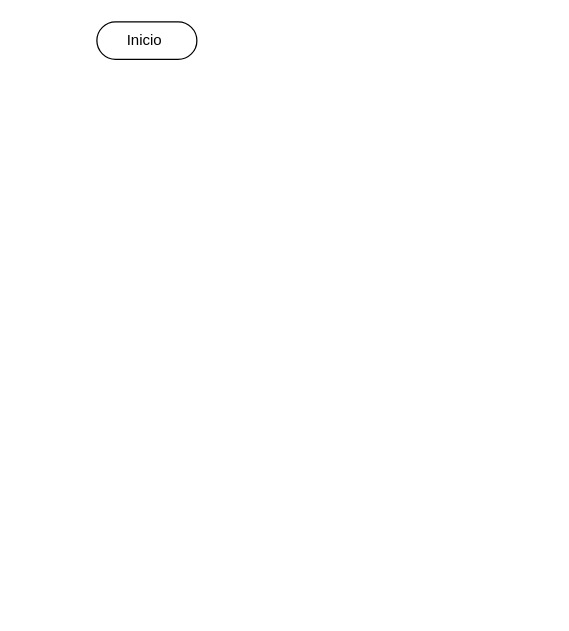
Before: FluxoAcad.drawio in NEVES070305/gymSchedule, a draw.io diagram. Source tidied: cells renumbered, new cells numbered last; positions are measured from the earlier drawing's top-left corner, leaving out a move shared by most shapes. Both pictures are drawn from the tidied source at 125%, with x=0, y=0 at pixel (96, 21).
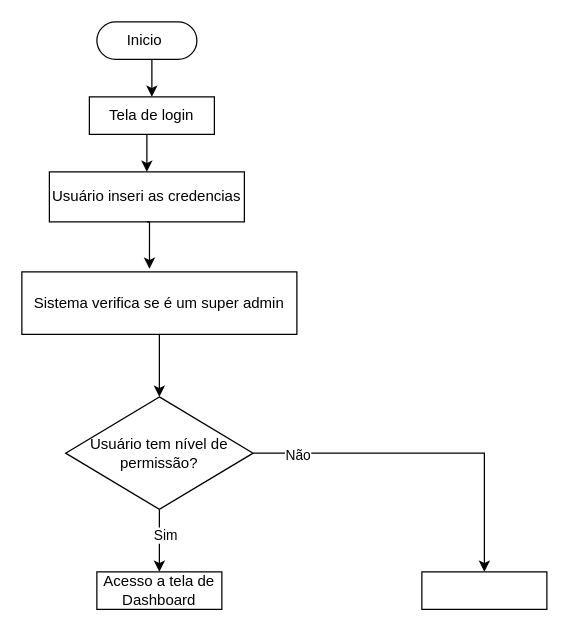
The same page after the edit.

What changed in the source:
```diff
@@
 <mxGraphModel>
   <root>
     <mxCell id="0" />
     <mxCell id="1" parent="0" />
+    <mxCell id="3" style="edgeStyle=orthogonalEdgeStyle;rounded=0;jettySize=auto;html=1;exitX=0.5;exitY=0.5;exitDx=0;exitDy=15;exitPerimeter=0;entryX=0.5;entryY=0;entryDx=0;entryDy=0;" parent="1" edge="1" source="2" target="5">
+      <mxGeometry relative="1" as="geometry" />
+    </mxCell>
     <mxCell id="2" value="Inicio&amp;nbsp;" style="html=1;dashed=0;whiteSpace=wrap;shape=mxgraph.dfd.start;" parent="1" vertex="1">
       <mxGeometry width="80" height="30" as="geometry" />
     </mxCell>
+    <mxCell id="4" style="edgeStyle=orthogonalEdgeStyle;rounded=0;jettySize=auto;html=1;exitX=0.5;exitY=1;exitDx=0;exitDy=0;entryX=0.5;entryY=0;entryDx=0;entryDy=0;" parent="1" edge="1" source="5" target="6">
+      <mxGeometry relative="1" as="geometry" />
+    </mxCell>
+    <mxCell id="5" value="Tela de login" style="html=1;dashed=0;whiteSpace=wrap;" parent="1" vertex="1">
+      <mxGeometry x="-6" y="60" width="100" height="30" as="geometry" />
+    </mxCell>
+    <mxCell id="6" value="Usuário inseri as credencias" style="html=1;dashed=0;whiteSpace=wrap;" parent="1" vertex="1">
+      <mxGeometry x="-38" y="120" width="156" height="40" as="geometry" />
+    </mxCell>
+    <mxCell id="7" style="edgeStyle=orthogonalEdgeStyle;rounded=0;jettySize=auto;html=1;exitX=0.5;exitY=1;exitDx=0;exitDy=0;entryX=0.5;entryY=0;entryDx=0;entryDy=0;" parent="1" edge="1" source="8" target="13">
+      <mxGeometry relative="1" as="geometry" />
+    </mxCell>
+    <mxCell id="8" value="Sistema verifica se é um super admin" style="html=1;dashed=0;whiteSpace=wrap;" parent="1" vertex="1">
+      <mxGeometry x="-60" y="200" width="220" height="50" as="geometry" />
+    </mxCell>
+    <mxCell id="9" style="edgeStyle=orthogonalEdgeStyle;rounded=0;jettySize=auto;html=1;entryX=0.5;entryY=0;entryDx=0;entryDy=0;" parent="1" edge="1" source="13" target="16">
+      <mxGeometry relative="1" as="geometry" />
+    </mxCell>
+    <mxCell id="10" value="Não" style="edgeLabel;html=1;align=center;verticalAlign=middle;" parent="9" vertex="1">
+      <mxGeometry x="-0.75" y="-1" relative="1" as="geometry" />
+    </mxCell>
+    <mxCell id="11" style="edgeStyle=orthogonalEdgeStyle;rounded=0;jettySize=auto;html=1;exitX=0.5;exitY=1;exitDx=0;exitDy=0;" parent="1" edge="1" source="13" target="15">
+      <mxGeometry relative="1" as="geometry" />
+    </mxCell>
+    <mxCell id="12" value="Sim" style="edgeLabel;html=1;align=center;verticalAlign=middle;" parent="11" vertex="1">
+      <mxGeometry x="-0.2" y="4" relative="1" as="geometry" />
+    </mxCell>
+    <mxCell id="13" value="Usuário tem nível de permissão?" style="shape=rhombus;html=1;dashed=0;whiteSpace=wrap;perimeter=rhombusPerimeter;" parent="1" vertex="1">
+      <mxGeometry x="-25" y="300" width="150" height="90" as="geometry" />
+    </mxCell>
+    <mxCell id="14" style="edgeStyle=orthogonalEdgeStyle;rounded=0;jettySize=auto;html=1;exitX=0.5;exitY=1;exitDx=0;exitDy=0;entryX=0.464;entryY=-0.05;entryDx=0;entryDy=0;entryPerimeter=0;" parent="1" edge="1" source="6" target="8">
+      <mxGeometry relative="1" as="geometry" />
+    </mxCell>
+    <mxCell id="15" value="Acesso a tela de Dashboard" style="html=1;dashed=0;whiteSpace=wrap;" parent="1" vertex="1">
+      <mxGeometry y="440" width="100" height="30" as="geometry" />
+    </mxCell>
+    <mxCell id="16" style="html=1;dashed=0;whiteSpace=wrap;" parent="1" vertex="1">
+      <mxGeometry x="260" y="440" width="100" height="30" as="geometry" />
+    </mxCell>
   </root>
 </mxGraphModel>
```
